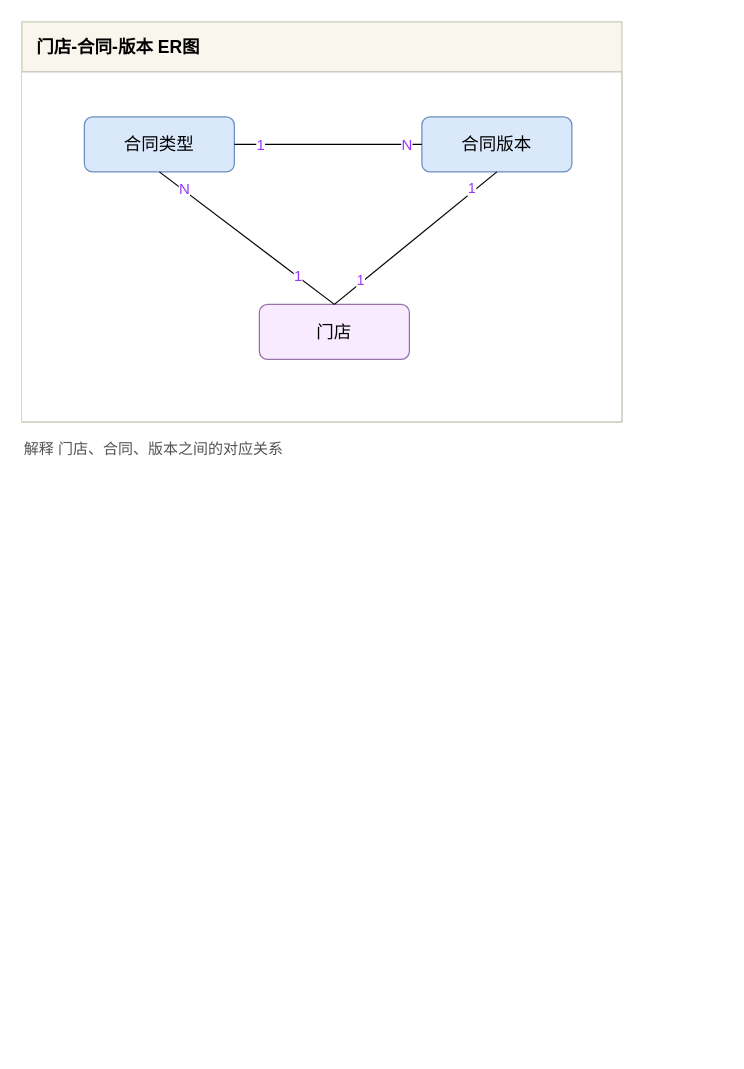
Above: page "门店 - 合同关系2" (3 of 3) of 伊智oa.drawio in yangbe/diagrams (draw.io), before the change. Source tidied: cells renumbered, new cells numbered last; positions are measured from the earlier drawing's top-left corner, leaving out a move shared by most shapes. Both pictures are drawn from the tidied source at 125%, with x=0, y=0 at pixel (21, 21).
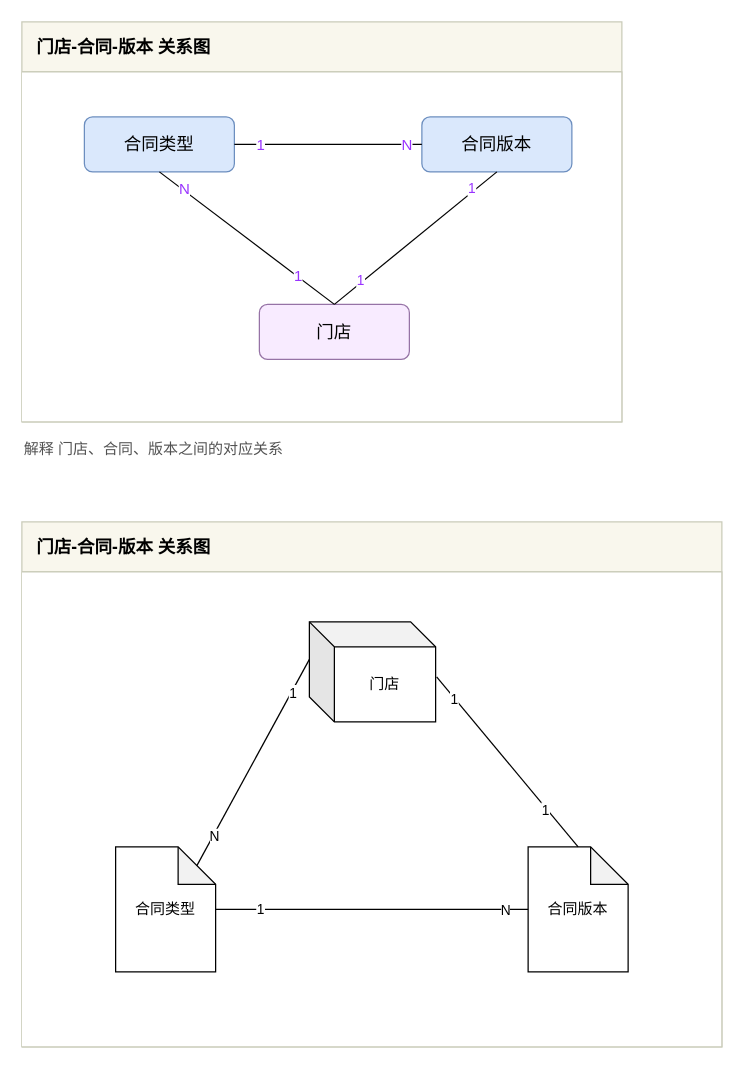
The same page after the edit.

What changed in the source:
```diff
@@
-    <mxCell id="2" value="门店-合同-版本 ER图" style="swimlane;html=1;horizontal=1;startSize=40;rounded=0;glass=0;labelBackgroundColor=none;strokeColor=#CACCB9;fillColor=#f9f7ed;fontSize=14;align=left;spacingLeft=10;fontColor=#000000;" parent="1" vertex="1">
+    <mxCell id="2" value="门店-合同-版本 关系图" style="swimlane;html=1;horizontal=1;startSize=40;rounded=0;glass=0;labelBackgroundColor=none;strokeColor=#CACCB9;fillColor=#f9f7ed;fontSize=14;align=left;spacingLeft=10;fontColor=#000000;" parent="1" vertex="1">
       <mxGeometry width="480" height="320" as="geometry" />
     </mxCell>
@@
+    <mxCell id="17" value="门店-合同-版本 关系图" style="swimlane;html=1;horizontal=1;startSize=40;rounded=0;glass=0;labelBackgroundColor=none;strokeColor=#CACCB9;fillColor=#f9f7ed;fontSize=14;align=left;spacingLeft=10;fontColor=#000000;" parent="1" vertex="1">
+      <mxGeometry y="400" width="560" height="420" as="geometry" />
+    </mxCell>
+    <mxCell id="18" style="swimlane;html=1;startSize=0;horizontal=0;rounded=0;fontSize=14;align=left;strokeColor=#CACCB9;fillColor=#f9f7ed;glass=0;spacingLeft=10;swimlaneFillColor=#ffffff;" parent="17" vertex="1">
+      <mxGeometry y="40" width="560" height="380" as="geometry" />
+    </mxCell>
+    <mxCell id="19" value="门店" style="shape=cube;whiteSpace=wrap;html=1;boundedLbl=1;backgroundOutline=1;darkOpacity=0.05;darkOpacity2=0.1;" parent="18" vertex="1">
+      <mxGeometry x="230" y="40" width="101" height="80" as="geometry" />
+    </mxCell>
+    <mxCell id="20" value="合同版本" style="shape=note;whiteSpace=wrap;html=1;backgroundOutline=1;darkOpacity=0.05;" parent="18" vertex="1">
+      <mxGeometry x="405" y="220" width="80" height="100" as="geometry" />
+    </mxCell>
+    <mxCell id="21" value="合同类型" style="shape=note;whiteSpace=wrap;html=1;backgroundOutline=1;darkOpacity=0.05;" parent="18" vertex="1">
+      <mxGeometry x="75" y="220" width="80" height="100" as="geometry" />
+    </mxCell>
+    <mxCell id="22" style="edgeStyle=none;rounded=0;jettySize=auto;html=1;exitX=0.5;exitY=0;exitDx=0;exitDy=0;exitPerimeter=0;entryX=1.008;entryY=0.55;entryDx=0;entryDy=0;entryPerimeter=0;endArrow=none;endFill=0;" parent="18" edge="1" source="20" target="19">
+      <mxGeometry relative="1" as="geometry" />
+    </mxCell>
+    <mxCell id="23" value="1" style="edgeLabel;html=1;align=center;verticalAlign=middle;" parent="22" vertex="1">
+      <mxGeometry x="0.75" y="1" relative="1" as="geometry" />
+    </mxCell>
+    <mxCell id="24" value="1" style="edgeLabel;html=1;align=center;verticalAlign=middle;" parent="22" vertex="1">
+      <mxGeometry x="-0.55" y="1" relative="1" as="geometry">
+        <mxPoint y="1" as="offset" />
+      </mxGeometry>
+    </mxCell>
+    <mxCell id="25" style="rounded=0;jettySize=auto;html=1;exitX=0;exitY=0;exitDx=65;exitDy=15;exitPerimeter=0;entryX=0;entryY=0;entryDx=0;entryDy=30;entryPerimeter=0;endArrow=none;endFill=0;" parent="18" edge="1" source="21" target="19">
+      <mxGeometry relative="1" as="geometry" />
+    </mxCell>
+    <mxCell id="26" value="1" style="edgeLabel;html=1;align=center;verticalAlign=middle;" parent="25" vertex="1">
+      <mxGeometry x="0.68" y="-1" relative="1" as="geometry" />
+    </mxCell>
+    <mxCell id="27" value="N" style="edgeLabel;html=1;align=center;verticalAlign=middle;" parent="25" vertex="1">
+      <mxGeometry x="-0.71" y="-1" relative="1" as="geometry" />
+    </mxCell>
+    <mxCell id="28" style="edgeStyle=none;rounded=0;jettySize=auto;html=1;endArrow=none;endFill=0;" parent="18" edge="1" source="21" target="20">
+      <mxGeometry relative="1" as="geometry" />
+    </mxCell>
+    <mxCell id="29" value="1" style="edgeLabel;html=1;align=center;verticalAlign=middle;" parent="28" vertex="1">
+      <mxGeometry x="-0.72" y="1" relative="1" as="geometry" />
+    </mxCell>
+    <mxCell id="30" value="N" style="edgeLabel;html=1;align=center;verticalAlign=middle;" parent="28" vertex="1">
+      <mxGeometry x="0.85" relative="1" as="geometry" />
+    </mxCell>
+    <mxCell id="31" style="edgeStyle=none;rounded=0;orthogonalLoop=1;jettySize=auto;html=1;exitX=0.5;exitY=1;exitDx=0;exitDy=0;entryX=0.5;entryY=0;entryDx=0;entryDy=0;startArrow=none;startFill=0;startSize=6;endArrow=none;endFill=0;endSize=6;fontSize=14;fontColor=#007FFF;" parent="17" edge="1">
+      <mxGeometry x="150" y="750" as="geometry">
+        <mxPoint x="240" y="94" as="sourcePoint" />
+      </mxGeometry>
+    </mxCell>
+    <mxCell id="32" value="1" style="edgeLabel;html=1;align=center;verticalAlign=middle;fontColor=#9933FF;" parent="31" vertex="1">
+      <mxGeometry x="0.73" y="1" relative="1" as="geometry">
+        <mxPoint x="1.8" y="-6.4" as="offset" />
+      </mxGeometry>
+    </mxCell>
+    <mxCell id="33" value="1" style="edgeLabel;html=1;align=center;verticalAlign=middle;fontColor=#9933FF;" parent="31" vertex="1">
+      <mxGeometry x="-0.79" y="2" relative="1" as="geometry">
+        <mxPoint x="-7.6" as="offset" />
+      </mxGeometry>
+    </mxCell>
+    <mxCell id="34" style="rounded=0;orthogonalLoop=1;jettySize=auto;html=1;fontSize=14;startArrow=none;startFill=0;endArrow=none;endFill=0;endSize=6;startSize=6;entryX=0.5;entryY=0;entryDx=0;entryDy=0;exitX=0.5;exitY=1;exitDx=0;exitDy=0;fontColor=#007FFF;" parent="1" edge="1">
+      <mxGeometry x="300" y="1460" as="geometry">
+        <mxPoint x="650" y="884" as="sourcePoint" />
+      </mxGeometry>
+    </mxCell>
+    <mxCell id="35" value="N" style="edgeLabel;html=1;align=center;verticalAlign=middle;fontSize=12;fontColor=#9933FF;" parent="34" vertex="1">
+      <mxGeometry x="-0.79" y="-1" relative="1" as="geometry">
+        <mxPoint x="5.9" y="2.3" as="offset" />
+      </mxGeometry>
+    </mxCell>
+    <mxCell id="36" value="1" style="edgeLabel;html=1;align=center;verticalAlign=middle;fontSize=12;fontColor=#9933FF;" parent="34" vertex="1">
+      <mxGeometry x="0.67" relative="1" as="geometry">
+        <mxPoint x="-6.9" y="-5.5" as="offset" />
+      </mxGeometry>
+    </mxCell>
+    <mxCell id="37" style="edgeStyle=none;rounded=0;orthogonalLoop=1;jettySize=auto;html=1;fontSize=14;endArrow=none;endFill=0;fontColor=#007FFF;" parent="1" edge="1">
+      <mxGeometry x="300" y="1460" as="geometry">
+        <mxPoint x="409.1" y="754" as="targetPoint" />
+      </mxGeometry>
+    </mxCell>
+    <mxCell id="38" value="1" style="edgeLabel;html=1;align=center;verticalAlign=middle;fontSize=12;fontColor=#9933FF;" parent="37" vertex="1">
+      <mxGeometry x="-0.74" relative="1" as="geometry" />
+    </mxCell>
+    <mxCell id="39" value="N" style="edgeLabel;html=1;align=center;verticalAlign=middle;fontSize=12;fontColor=#9933FF;" parent="37" vertex="1">
+      <mxGeometry x="0.82" y="-1" relative="1" as="geometry">
+        <mxPoint y="-1" as="offset" />
+      </mxGeometry>
+    </mxCell>
```
